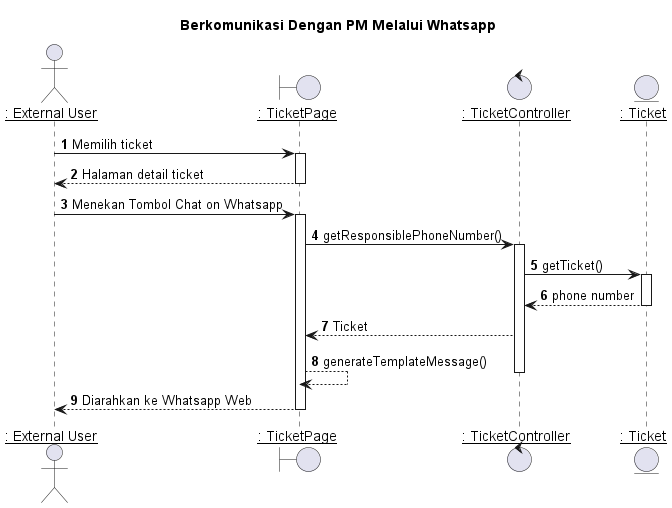
The PlantUML diagram out/plantuml/sequence/ex/ex7/Berkomunikasi Dengan PM Melalui Whatsapp.png in TAS-PKL/Laporan-PKL-Ticketing, before a commit. Its diagram source:
```plantuml
@startuml Berkomunikasi Dengan PM Melalui Whatsapp

title "Berkomunikasi Dengan PM Melalui Whatsapp"

actor EU as "__: External User__"
boundary TicketPage as "__: TicketPage__"
control TicketController as "__: TicketController__"
entity Ticket as "__: Ticket__"

autonumber 1
EU -> TicketPage: Memilih ticket
activate TicketPage

TicketPage --> EU: Halaman detail ticket
deactivate TicketPage

EU -> TicketPage: Menekan Tombol Chat on Whatsapp
activate TicketPage

TicketPage -> TicketController: getResponsiblePhoneNumber()
activate TicketController

TicketController -> Ticket: getTicket()
activate Ticket

Ticket --> TicketController : phone number
deactivate Ticket

TicketController --> TicketPage : Ticket
TicketPage --> TicketPage : generateTemplateMessage()
deactivate TicketController

TicketPage --> EU : Diarahkan ke Whatsapp Web
deactivate TicketPage


@enduml
```
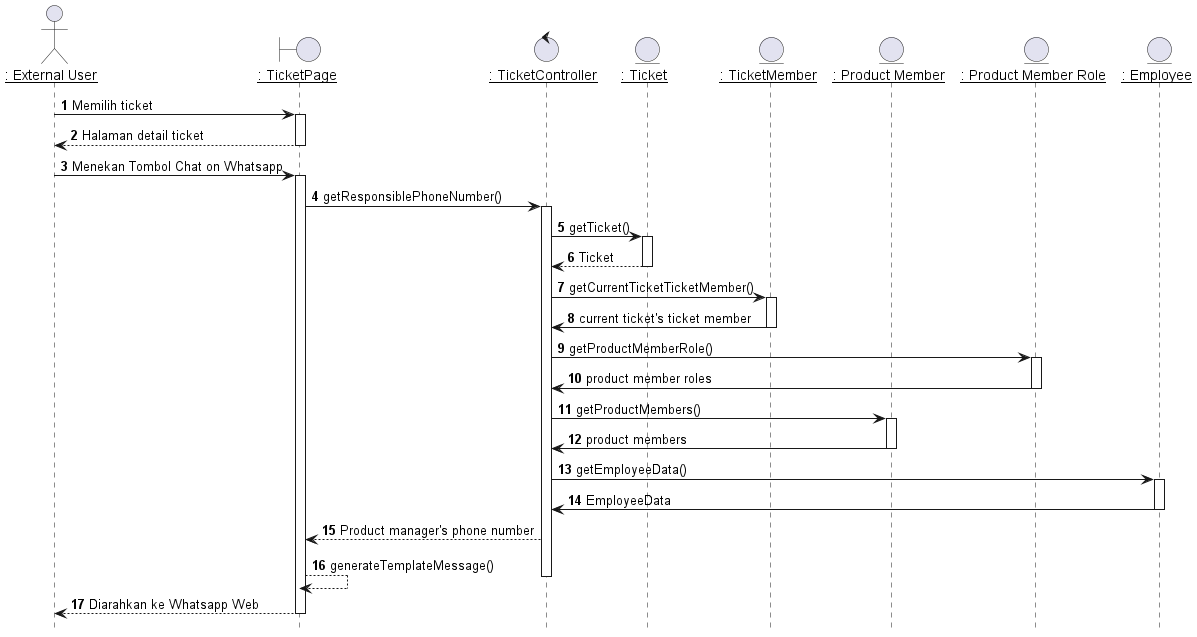
After the commit.

What changed in the source:
```diff
@@ -1,11 +1,17 @@
 @startuml Berkomunikasi Dengan PM Melalui Whatsapp
 
-title "Berkomunikasi Dengan PM Melalui Whatsapp"
+hide footbox
+
 
 actor EU as "__: External User__"
 boundary TicketPage as "__: TicketPage__"
 control TicketController as "__: TicketController__"
 entity Ticket as "__: Ticket__"
+entity TicketMember as "__: TicketMember__"
+entity ProductMembers as "__: Product Member__"
+entity ProductMemberRoles as "__: Product Member Role__"
+entity Employees as "__: Employee__"
+
 
 autonumber 1
 EU -> TicketPage: Memilih ticket
@@ -23,10 +29,35 @@
 TicketController -> Ticket: getTicket()
 activate Ticket
 
-Ticket --> TicketController : phone number
+Ticket --> TicketController : Ticket
 deactivate Ticket
 
-TicketController --> TicketPage : Ticket
+TicketController -> TicketMember: getCurrentTicketTicketMember()
+activate TicketMember
+
+TicketMember -> TicketController: current ticket's ticket member
+deactivate TicketMember
+
+TicketController -> ProductMemberRoles: getProductMemberRole()
+activate ProductMemberRoles
+
+ProductMemberRoles -> TicketController: product member roles
+deactivate ProductMemberRoles
+
+TicketController -> ProductMembers: getProductMembers()
+activate ProductMembers
+
+ProductMembers -> TicketController: product members
+deactivate ProductMembers
+
+TicketController -> Employees: getEmployeeData()
+activate Employees
+
+Employees -> TicketController: EmployeeData
+deactivate Employees
+
+
+TicketController --> TicketPage : Product manager's phone number
 TicketPage --> TicketPage : generateTemplateMessage()
 deactivate TicketController
 
```
